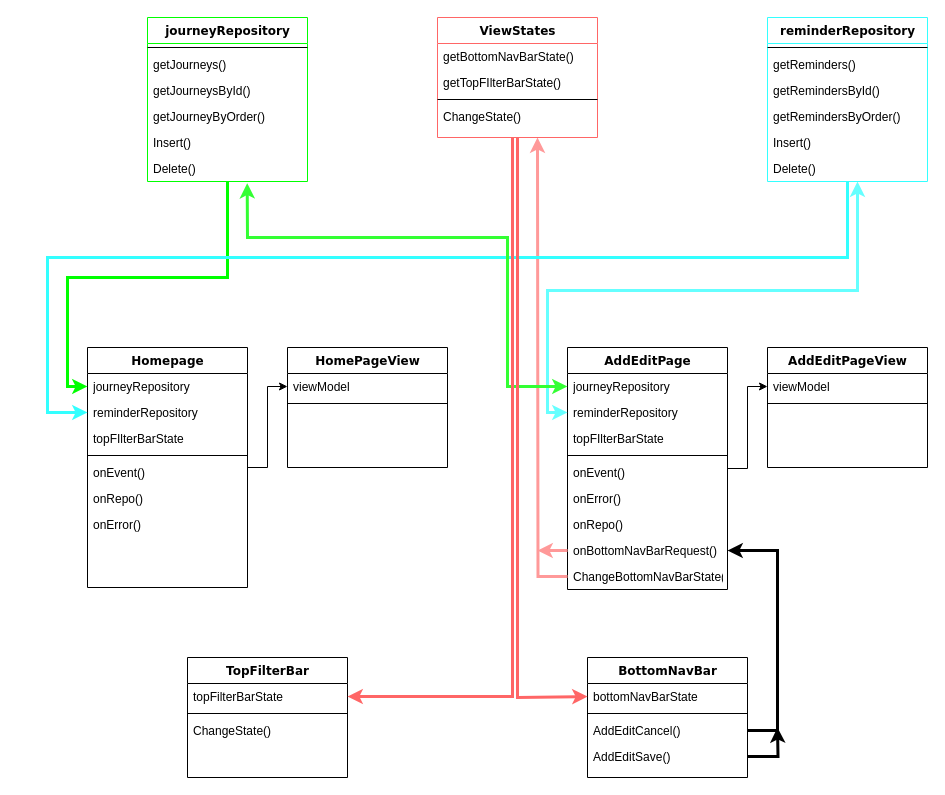
kanusukA/Notes keeps this draw.io diagram as Dater_2.drawio. Above is the earlier version. Source tidied: cells renumbered, new cells numbered last; positions are measured from the earlier drawing's top-left corner, leaving out a move shared by most shapes. Both pictures are drawn from the tidied source at 100%, with x=0, y=0 at pixel (47, 17).
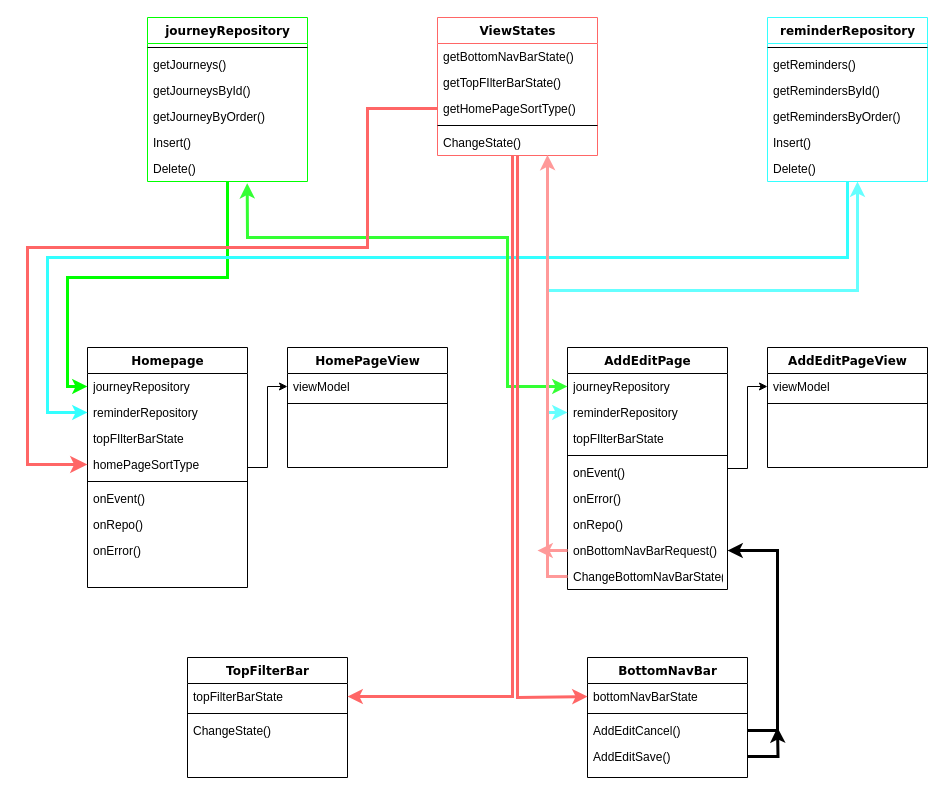
Above is the later version.

The change refers to these unchanged cells:
```xml
<mxCell id="3" value="Homepage" style="swimlane;html=1;fontStyle=1;align=center;verticalAlign=top;horizontal=1;startSize=26;swimlaneFillColor=#ffffff;rounded=0;shadow=0;comic=0;labelBackgroundColor=none;strokeWidth=1;fillColor=none;fontFamily=Verdana;fontSize=12;" parent="1" vertex="1">
  <mxGeometry x="40" y="330" width="160" height="240" as="geometry" />
</mxCell>
<mxCell id="12" value="AddEditPage" style="swimlane;html=1;fontStyle=1;align=center;verticalAlign=top;horizontal=1;startSize=26;swimlaneFillColor=#ffffff;rounded=0;shadow=0;comic=0;labelBackgroundColor=none;strokeWidth=1;fillColor=none;fontFamily=Verdana;fontSize=12;" parent="1" vertex="1">
  <mxGeometry x="520" y="330" width="160" height="242" as="geometry" />
</mxCell>
<mxCell id="23" value="ChangeBottomNavBarState()" style="text;html=1;strokeColor=none;fillColor=none;align=left;verticalAlign=top;spacingLeft=4;spacingRight=4;whiteSpace=wrap;overflow=hidden;points=[[0,0.5],[1,0.5]];portConstraint=eastwest;" parent="12" vertex="1">
  <mxGeometry y="216" width="160" height="26" as="geometry" />
</mxCell>
<mxCell id="25" value="bottomNavBarState" style="text;html=1;strokeColor=none;fillColor=none;align=left;verticalAlign=top;spacingLeft=4;spacingRight=4;whiteSpace=wrap;overflow=hidden;points=[[0,0.5],[1,0.5]];portConstraint=eastwest;" parent="24" vertex="1">
  <mxGeometry y="26" width="160" height="26" as="geometry" />
</mxCell>
```

Diff of the diagram source:
```diff
@@
+    <mxCell id="66" value="homePageSortType" style="text;html=1;strokeColor=none;fillColor=none;align=left;verticalAlign=top;spacingLeft=4;spacingRight=4;whiteSpace=wrap;overflow=hidden;points=[[0,0.5],[1,0.5]];portConstraint=eastwest;" parent="3" vertex="1">
+      <mxGeometry y="104" width="160" height="26" as="geometry" />
+    </mxCell>
     <mxCell id="7" style="line;html=1;strokeWidth=1;fillColor=none;align=left;verticalAlign=middle;spacingTop=-1;spacingLeft=3;spacingRight=3;labelPosition=right;" parent="3" vertex="1">
-      <mxGeometry y="104" width="160" height="8" as="geometry" />
+      <mxGeometry y="130" width="160" height="8" as="geometry" />
     </mxCell>
     <mxCell id="8" value="onEvent()" style="text;html=1;strokeColor=none;fillColor=none;align=left;verticalAlign=top;spacingLeft=4;spacingRight=4;whiteSpace=wrap;overflow=hidden;" parent="3" vertex="1">
-      <mxGeometry y="112" width="160" height="26" as="geometry" />
+      <mxGeometry y="138" width="160" height="26" as="geometry" />
     </mxCell>
     <mxCell id="9" value="onRepo()" style="text;html=1;strokeColor=none;fillColor=none;align=left;verticalAlign=top;spacingLeft=4;spacingRight=4;whiteSpace=wrap;overflow=hidden;" parent="3" vertex="1">
-      <mxGeometry y="138" width="160" height="26" as="geometry" />
+      <mxGeometry y="164" width="160" height="26" as="geometry" />
     </mxCell>
     <mxCell id="10" value="onError()" style="text;html=1;strokeColor=none;fillColor=none;align=left;verticalAlign=top;spacingLeft=4;spacingRight=4;whiteSpace=wrap;overflow=hidden;" parent="3" vertex="1">
-      <mxGeometry y="164" width="160" height="26" as="geometry" />
+      <mxGeometry y="190" width="160" height="26" as="geometry" />
     </mxCell>
@@
-    <mxCell id="22" style="edgeStyle=orthogonalEdgeStyle;rounded=0;jettySize=auto;html=1;strokeWidth=3;strokeColor=#FF9999;" parent="12" edge="1" source="23">
-      <mxGeometry relative="1" as="geometry">
-        <mxPoint x="-30" y="-210" as="targetPoint" />
-      </mxGeometry>
-    </mxCell>
@@
     <mxCell id="59" value="ViewStates" style="swimlane;html=1;fontStyle=1;align=center;verticalAlign=top;horizontal=1;startSize=26;swimlaneFillColor=#ffffff;rounded=0;shadow=0;comic=0;labelBackgroundColor=none;strokeWidth=1;fillColor=none;fontFamily=Verdana;fontSize=12;strokeColor=#FF6666;" parent="1" vertex="1">
-      <mxGeometry x="390" width="160" height="120" as="geometry" />
+      <mxGeometry x="390" width="160" height="138" as="geometry" />
     </mxCell>
@@
+    <mxCell id="67" value="getHomePageSortType()" style="text;html=1;strokeColor=none;fillColor=none;align=left;verticalAlign=top;spacingLeft=4;spacingRight=4;whiteSpace=wrap;overflow=hidden;points=[[0,0.5],[1,0.5]];portConstraint=eastwest;" parent="59" vertex="1">
+      <mxGeometry y="78" width="160" height="26" as="geometry" />
+    </mxCell>
     <mxCell id="62" style="line;html=1;strokeWidth=1;fillColor=none;align=left;verticalAlign=middle;spacingTop=-1;spacingLeft=3;spacingRight=3;labelPosition=right;" parent="59" vertex="1">
-      <mxGeometry y="78" width="160" height="8" as="geometry" />
+      <mxGeometry y="104" width="160" height="8" as="geometry" />
     </mxCell>
     <mxCell id="63" value="ChangeState()" style="text;html=1;strokeColor=none;fillColor=none;align=left;verticalAlign=top;spacingLeft=4;spacingRight=4;whiteSpace=wrap;overflow=hidden;points=[[0,0.5],[1,0.5]];portConstraint=eastwest;" parent="59" vertex="1">
-      <mxGeometry y="86" width="160" height="26" as="geometry" />
+      <mxGeometry y="112" width="160" height="26" as="geometry" />
     </mxCell>
-    <mxCell id="64" style="endArrow=none;html=1;rounded=0;entryX=0.5;entryY=1;entryDx=0;entryDy=0;endFill=0;strokeWidth=3;strokeColor=#FF6666;startArrow=classic;startFill=1;exitX=0;exitY=0.5;exitDx=0;exitDy=0;" parent="1" edge="1" source="25">
+    <mxCell id="64" style="endArrow=none;html=1;rounded=0;endFill=0;strokeWidth=3;strokeColor=#FF6666;startArrow=classic;startFill=1;exitX=0;exitY=0.5;exitDx=0;exitDy=0;entryX=0.5;entryY=1;entryDx=0;entryDy=0;entryPerimeter=0;" parent="1" edge="1" source="25" target="63">
       <mxGeometry relative="1" as="geometry">
-        <mxPoint x="470" y="120" as="targetPoint" />
         <Array as="points">
           <mxPoint x="470" y="680" />
         </Array>
       </mxGeometry>
     </mxCell>
@@
+    <mxCell id="68" style="edgeStyle=orthogonalEdgeStyle;rounded=0;jettySize=auto;html=1;fontSize=12;startSize=8;endSize=8;entryX=0;entryY=0.5;entryDx=0;entryDy=0;strokeWidth=3;strokeColor=#FF6666;" parent="1" edge="1" source="67" target="66">
+      <mxGeometry relative="1" as="geometry">
+        <Array as="points">
+          <mxPoint x="320" y="91" />
+          <mxPoint x="320" y="230" />
+          <mxPoint x="-20" y="230" />
+          <mxPoint x="-20" y="447" />
+        </Array>
+      </mxGeometry>
+    </mxCell>
+    <mxCell id="22" style="edgeStyle=orthogonalEdgeStyle;rounded=0;jettySize=auto;html=1;strokeWidth=3;strokeColor=#FF9999;entryX=0.687;entryY=0.977;entryDx=0;entryDy=0;entryPerimeter=0;" parent="1" edge="1" source="23" target="63">
+      <mxGeometry relative="1" as="geometry">
+        <Array as="points">
+          <mxPoint x="500" y="559" />
+          <mxPoint x="500" y="145" />
+        </Array>
+      </mxGeometry>
+    </mxCell>
```
